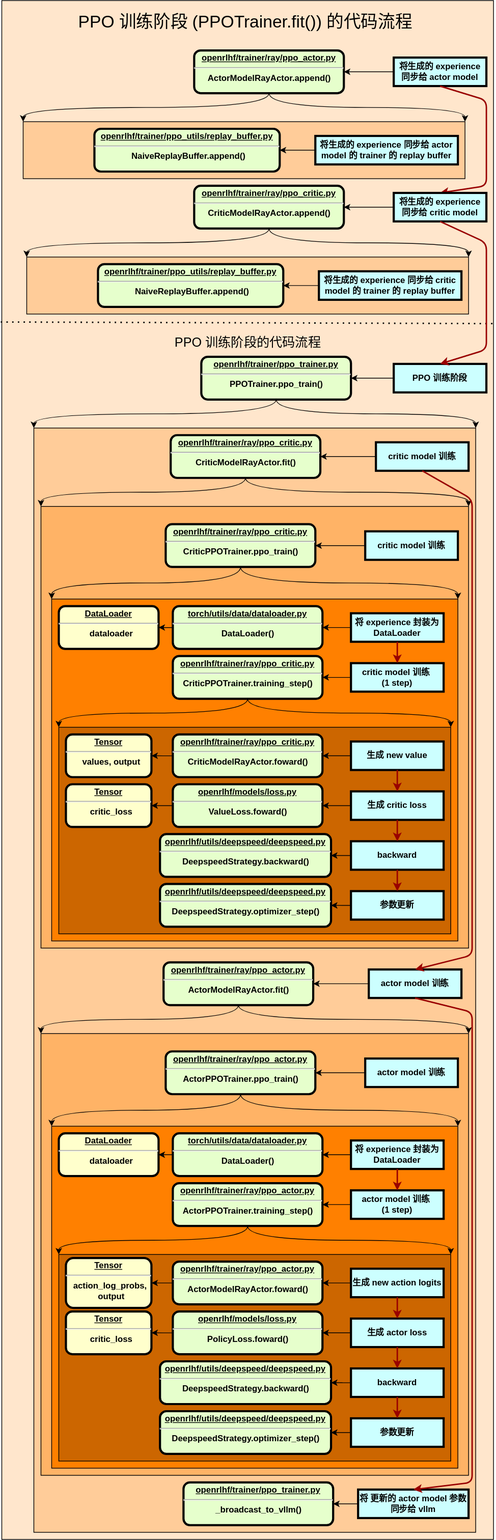
Above: images/OpenRLHF_PPOTrainer_fit_train.svg in cai-jianfeng/cai-jianfeng.github.io (draw.io), before the change. Source tidied: cells renumbered, new cells last; positions are measured from the earlier drawing's top-left corner, leaving out a move shared by most shapes.
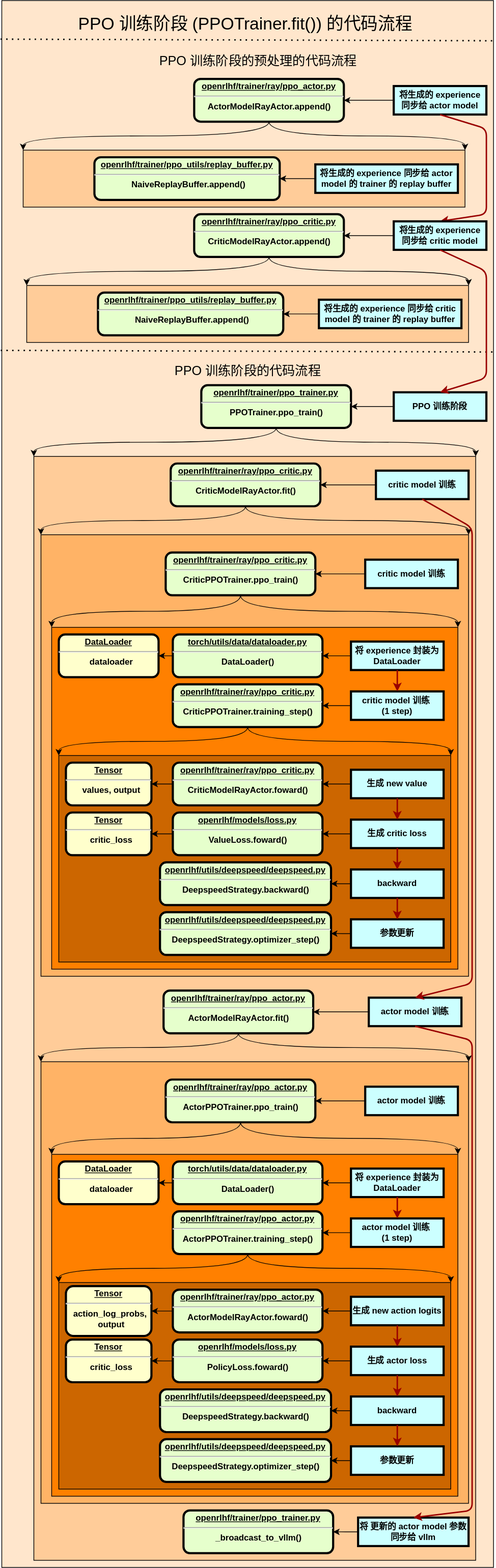
After the commit.

Commit message:
update rlhf training pipeline blog

The edit, as a diff of the source:
```diff
@@ -3,10 +3,10 @@
     <mxCell id="0" />
     <mxCell id="1" parent="0" />
     <mxCell id="2" style="rounded=0;whiteSpace=wrap;html=1;fillColor=light-dark(#FFE6CC,var(--ge-dark-color, #121212));" parent="1" vertex="1">
-      <mxGeometry x="1" width="690" height="2160" as="geometry" />
+      <mxGeometry x="1" y="-40" width="690" height="2200" as="geometry" />
     </mxCell>
     <mxCell id="3" value="&lt;div&gt;&lt;font style=&quot;font-size: 24px;&quot;&gt;PPO 训练阶段 (PPOTrainer.fit()) 的代码流程&lt;/font&gt;&lt;/div&gt;" style="text;html=1;align=center;verticalAlign=middle;whiteSpace=wrap;rounded=0;" parent="1" vertex="1">
-      <mxGeometry x="67.1" width="551.9" height="60" as="geometry" />
+      <mxGeometry x="67.1" y="-37" width="551.9" height="60" as="geometry" />
     </mxCell>
     <mxCell id="4" value="&lt;p style=&quot;margin: 4px 0px 0px; text-align: center;&quot;&gt;&lt;span style=&quot;background-color: transparent;&quot;&gt;&lt;u&gt;openrlhf/trainer/ray/ppo_actor.p&lt;/u&gt;&lt;/span&gt;&lt;u&gt;y&lt;/u&gt;&lt;/p&gt;&lt;hr&gt;&lt;p style=&quot;margin: 0px; margin-left: 8px;&quot;&gt;&lt;span style=&quot;background-color: transparent;&quot;&gt;ActorModelRayActor.&lt;/span&gt;&lt;span style=&quot;background-color: transparent;&quot;&gt;append&lt;/span&gt;&lt;span style=&quot;background-color: transparent; color: light-dark(rgb(0, 0, 0), rgb(255, 255, 255));&quot;&gt;()&amp;nbsp;&amp;nbsp;&lt;/span&gt;&lt;/p&gt;" style="verticalAlign=middle;align=center;overflow=fill;fontSize=12;fontFamily=Helvetica;html=1;rounded=1;fontStyle=1;strokeWidth=3;fillColor=#E6FFCC;" parent="1" vertex="1">
       <mxGeometry x="271" y="70" width="210" height="60" as="geometry" />
@@ -395,5 +395,14 @@
         </Array>
       </mxGeometry>
     </mxCell>
+    <mxCell id="123" value="&lt;div&gt;&lt;font style=&quot;font-size: 18px;&quot;&gt;PPO 训练阶段的预处理的代码流程&lt;/font&gt;&lt;/div&gt;" style="text;html=1;align=center;verticalAlign=middle;whiteSpace=wrap;rounded=0;" parent="1" vertex="1">
+      <mxGeometry x="212.1" y="15" width="297.8" height="60" as="geometry" />
+    </mxCell>
+    <mxCell id="124" style="endArrow=none;dashed=1;html=1;dashPattern=1 3;strokeWidth=2;rounded=0;curved=1;exitX=-0.002;exitY=0.509;exitDx=0;exitDy=0;exitPerimeter=0;entryX=1.003;entryY=0.511;entryDx=0;entryDy=0;entryPerimeter=0;" parent="1" edge="1">
+      <mxGeometry relative="1" as="geometry">
+        <mxPoint x="-0.7" y="14.2" as="sourcePoint" />
+        <mxPoint x="692.7" y="16.4" as="targetPoint" />
+      </mxGeometry>
+    </mxCell>
   </root>
 </mxGraphModel>
```
